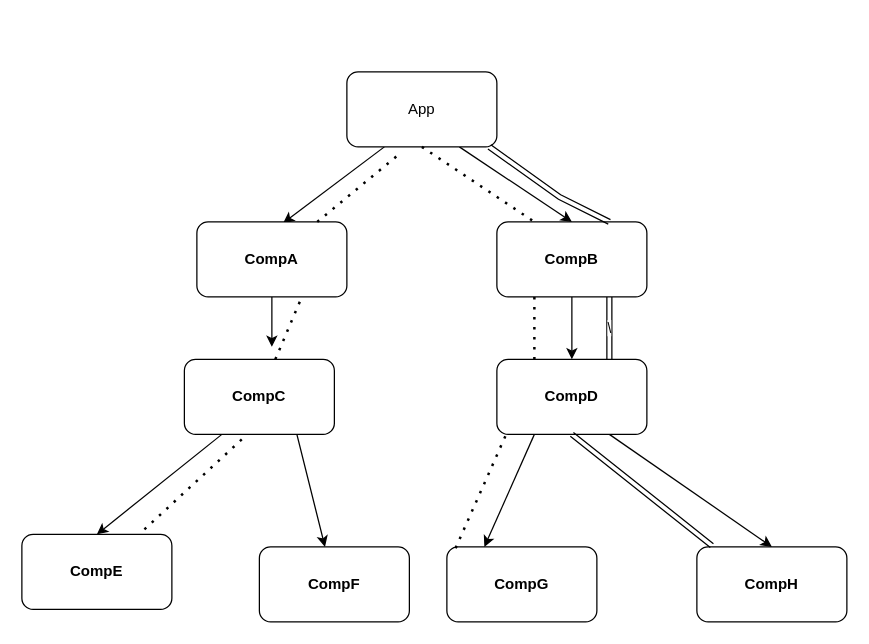
Above: PropsDrilling.drawio in KameshwaranMurugan333/feb-204-react-batch (draw.io), before the change. Source tidied: cells renumbered, new cells numbered last; positions are measured from the earlier drawing's top-left corner, leaving out a move shared by most shapes. Both pictures are drawn from the tidied source at 125%, with x=0, y=0 at pixel (21, 71).
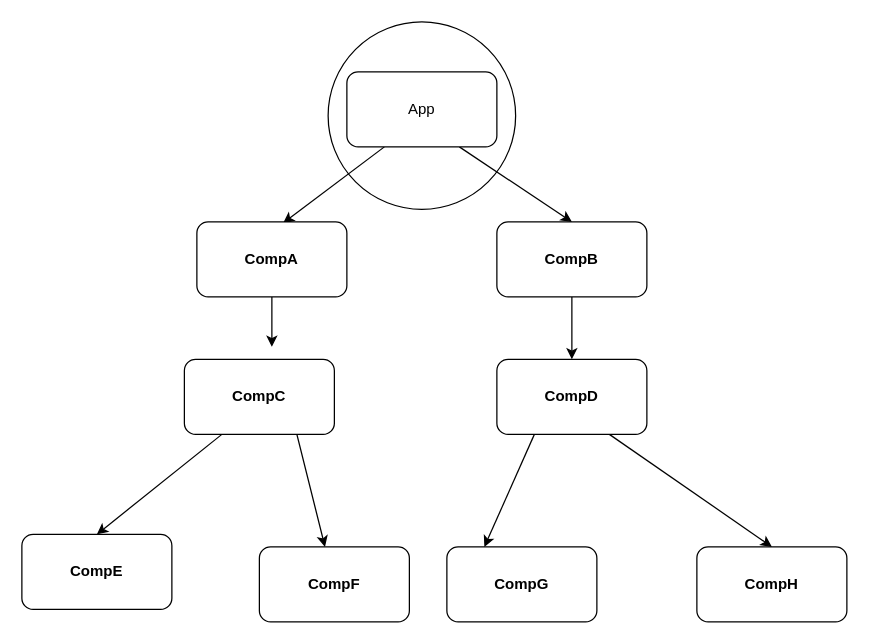
After the change.

Unchanged cells that the change refers to:
```xml
<mxCell id="4" value="App" style="rounded=1;whiteSpace=wrap;html=1;" parent="1" vertex="1">
  <mxGeometry x="260" width="120" height="60" as="geometry" />
</mxCell>
<mxCell id="6" value="CompA" style="rounded=1;whiteSpace=wrap;html=1;fontStyle=1;" parent="1" vertex="1">
  <mxGeometry x="140" y="120" width="120" height="60" as="geometry" />
</mxCell>
<mxCell id="8" value="CompB" style="rounded=1;whiteSpace=wrap;html=1;fontStyle=1;" parent="1" vertex="1">
  <mxGeometry x="380" y="120" width="120" height="60" as="geometry" />
</mxCell>
<mxCell id="11" value="CompC" style="rounded=1;whiteSpace=wrap;html=1;fontStyle=1;" parent="1" vertex="1">
  <mxGeometry x="130" y="230" width="120" height="60" as="geometry" />
</mxCell>
<mxCell id="14" value="CompD" style="rounded=1;whiteSpace=wrap;html=1;fontStyle=1;" parent="1" vertex="1">
  <mxGeometry x="380" y="230" width="120" height="60" as="geometry" />
</mxCell>
<mxCell id="15" value="CompE" style="rounded=1;whiteSpace=wrap;html=1;fontStyle=1;" parent="1" vertex="1">
  <mxGeometry y="370" width="120" height="60" as="geometry" />
</mxCell>
<mxCell id="17" value="CompH" style="rounded=1;whiteSpace=wrap;html=1;fontStyle=1;" parent="1" vertex="1">
  <mxGeometry x="540" y="380" width="120" height="60" as="geometry" />
</mxCell>
<mxCell id="18" value="CompG" style="rounded=1;whiteSpace=wrap;html=1;fontStyle=1;" parent="1" vertex="1">
  <mxGeometry x="340" y="380" width="120" height="60" as="geometry" />
</mxCell>
```

The edit, as a diff of the source:
```diff
@@
+    <mxCell id="28" style="ellipse;whiteSpace=wrap;html=1;" parent="1" vertex="1">
+      <mxGeometry x="245" y="-40" width="150" height="150" as="geometry" />
+    </mxCell>
@@
-    <mxCell id="19" style="shape=link;html=1;exitX=0.95;exitY=1;exitDx=0;exitDy=0;exitPerimeter=0;" parent="1" edge="1" source="4">
-      <mxGeometry relative="1" as="geometry">
-        <mxPoint x="470" y="120" as="targetPoint" />
-        <Array as="points">
-          <mxPoint x="430" y="100" />
-        </Array>
-      </mxGeometry>
-    </mxCell>
-    <mxCell id="20" style="shape=link;html=1;entryX=0.1;entryY=-0.017;entryDx=0;entryDy=0;entryPerimeter=0;exitX=0.5;exitY=1;exitDx=0;exitDy=0;" parent="1" edge="1" source="14" target="17">
-      <mxGeometry relative="1" as="geometry" />
-    </mxCell>
-    <mxCell id="21" value="\" style="shape=link;html=1;entryX=0.75;entryY=0;entryDx=0;entryDy=0;" parent="1" edge="1" target="14">
-      <mxGeometry relative="1" as="geometry">
-        <mxPoint x="470" y="180" as="sourcePoint" />
-      </mxGeometry>
-    </mxCell>
-    <mxCell id="22" style="endArrow=none;dashed=1;html=1;dashPattern=1 3;strokeWidth=2;entryX=0.25;entryY=0;entryDx=0;entryDy=0;exitX=0.5;exitY=1;exitDx=0;exitDy=0;" parent="1" edge="1" source="4" target="8">
-      <mxGeometry relative="1" as="geometry" />
-    </mxCell>
-    <mxCell id="23" style="endArrow=none;dashed=1;html=1;dashPattern=1 3;strokeWidth=2;entryX=0.058;entryY=1.017;entryDx=0;entryDy=0;entryPerimeter=0;exitX=0.058;exitY=0.017;exitDx=0;exitDy=0;exitPerimeter=0;" parent="1" edge="1" source="18" target="14">
-      <mxGeometry relative="1" as="geometry" />
-    </mxCell>
-    <mxCell id="24" style="endArrow=none;dashed=1;html=1;dashPattern=1 3;strokeWidth=2;entryX=0.25;entryY=0;entryDx=0;entryDy=0;exitX=0.25;exitY=1;exitDx=0;exitDy=0;" parent="1" edge="1" source="8" target="14">
-      <mxGeometry relative="1" as="geometry" />
-    </mxCell>
-    <mxCell id="25" style="endArrow=none;dashed=1;html=1;dashPattern=1 3;strokeWidth=2;entryX=0.367;entryY=1.067;entryDx=0;entryDy=0;entryPerimeter=0;" parent="1" edge="1" source="6" target="4">
-      <mxGeometry relative="1" as="geometry" />
-    </mxCell>
-    <mxCell id="26" style="endArrow=none;dashed=1;html=1;dashPattern=1 3;strokeWidth=2;entryX=0.7;entryY=1;entryDx=0;entryDy=0;entryPerimeter=0;" parent="1" edge="1" source="11" target="6">
-      <mxGeometry relative="1" as="geometry" />
-    </mxCell>
-    <mxCell id="27" style="endArrow=none;dashed=1;html=1;dashPattern=1 3;strokeWidth=2;entryX=0.392;entryY=1.05;entryDx=0;entryDy=0;entryPerimeter=0;exitX=0.817;exitY=-0.067;exitDx=0;exitDy=0;exitPerimeter=0;" parent="1" edge="1" source="15" target="11">
-      <mxGeometry relative="1" as="geometry" />
-    </mxCell>
```
